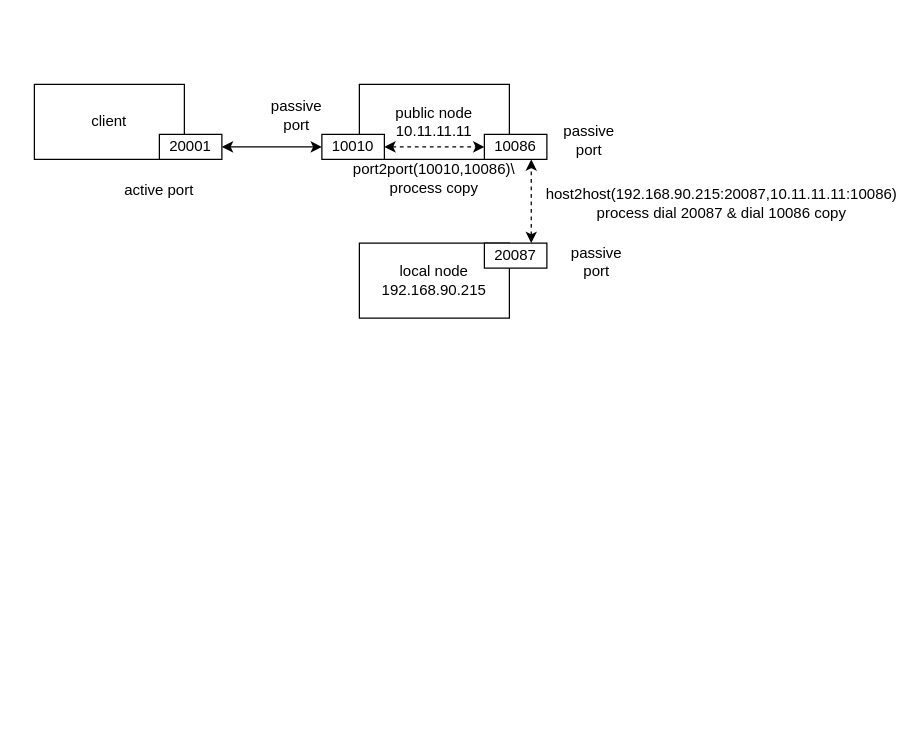
Above: notes/未命名绘图.drawio in glianyi/HBSTSG (draw.io), before the change. Source tidied: cells renumbered, new cells numbered last; positions are measured from the earlier drawing's top-left corner, leaving out a move shared by most shapes. Both pictures are drawn from the tidied source at 125%, with x=0, y=0 at pixel (34, 84).
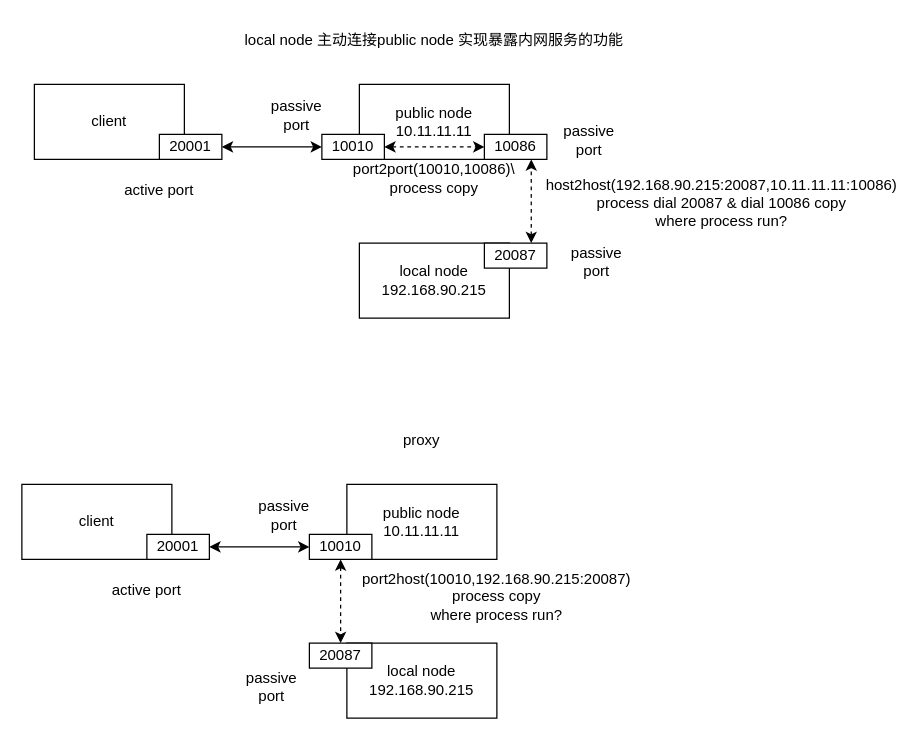
The same diagram, later.

Commit message:
更新未命名绘图.drawio

The edit, as a diff of the source:
```diff
@@
-    <mxCell id="13" value="host2host(192.168.90.215:20087,10.11.11.11:10086)&lt;br&gt;process dial 20087 &amp;amp; dial 10086 copy" style="text;html=1;strokeColor=none;fillColor=none;align=center;verticalAlign=middle;whiteSpace=wrap;rounded=0;" parent="1" vertex="1">
+    <mxCell id="13" value="host2host(192.168.90.215:20087,10.11.11.11:10086)&lt;br&gt;process dial 20087 &amp;amp; dial 10086 copy&lt;br&gt;where process run?" style="text;html=1;strokeColor=none;fillColor=none;align=center;verticalAlign=middle;whiteSpace=wrap;rounded=0;" parent="1" vertex="1">
       <mxGeometry x="520" y="80" width="60" height="30" as="geometry" />
     </mxCell>
@@
+    <mxCell id="18" value="local node 主动连接public node 实现暴露内网服务的功能" style="text;html=1;strokeColor=none;fillColor=none;align=center;verticalAlign=middle;whiteSpace=wrap;rounded=0;" parent="1" vertex="1">
+      <mxGeometry x="130" y="-50" width="380" height="30" as="geometry" />
+    </mxCell>
+    <mxCell id="19" value="public node&lt;br&gt;10.11.11.11" style="rounded=0;whiteSpace=wrap;html=1;" parent="1" vertex="1">
+      <mxGeometry x="250" y="320" width="120" height="60" as="geometry" />
+    </mxCell>
+    <mxCell id="20" value="10010" style="rounded=0;whiteSpace=wrap;html=1;" parent="1" vertex="1">
+      <mxGeometry x="220" y="360" width="50" height="20" as="geometry" />
+    </mxCell>
+    <mxCell id="21" value="local node&lt;br&gt;192.168.90.215" style="rounded=0;whiteSpace=wrap;html=1;" parent="1" vertex="1">
+      <mxGeometry x="250" y="447" width="120" height="60" as="geometry" />
+    </mxCell>
+    <mxCell id="22" value="20087" style="rounded=0;whiteSpace=wrap;html=1;" parent="1" vertex="1">
+      <mxGeometry x="220" y="447" width="50" height="20" as="geometry" />
+    </mxCell>
+    <mxCell id="23" value="client" style="rounded=0;whiteSpace=wrap;html=1;" parent="1" vertex="1">
+      <mxGeometry x="-10" y="320" width="120" height="60" as="geometry" />
+    </mxCell>
+    <mxCell id="24" value="20001" style="rounded=0;whiteSpace=wrap;html=1;" parent="1" vertex="1">
+      <mxGeometry x="90" y="360" width="50" height="20" as="geometry" />
+    </mxCell>
+    <mxCell id="25" style="endArrow=classic;startArrow=classic;html=1;rounded=0;exitX=1;exitY=0.5;exitDx=0;exitDy=0;" parent="1" edge="1" source="24">
+      <mxGeometry relative="1" as="geometry">
+        <mxPoint x="220" y="370" as="targetPoint" />
+      </mxGeometry>
+    </mxCell>
+    <mxCell id="26" value="port2host(10010,192.168.90.215:20087)&lt;br&gt;process copy&lt;br&gt;where process run?" style="text;html=1;strokeColor=none;fillColor=none;align=center;verticalAlign=middle;whiteSpace=wrap;rounded=0;" parent="1" vertex="1">
+      <mxGeometry x="340" y="394.5" width="60" height="30" as="geometry" />
+    </mxCell>
+    <mxCell id="27" value="passive port" style="text;html=1;strokeColor=none;fillColor=none;align=center;verticalAlign=middle;whiteSpace=wrap;rounded=0;" parent="1" vertex="1">
+      <mxGeometry x="170" y="330" width="60" height="30" as="geometry" />
+    </mxCell>
+    <mxCell id="28" value="active port" style="text;html=1;strokeColor=none;fillColor=none;align=center;verticalAlign=middle;whiteSpace=wrap;rounded=0;" parent="1" vertex="1">
+      <mxGeometry x="60" y="390" width="60" height="30" as="geometry" />
+    </mxCell>
+    <mxCell id="29" value="passive port" style="text;html=1;strokeColor=none;fillColor=none;align=center;verticalAlign=middle;whiteSpace=wrap;rounded=0;" parent="1" vertex="1">
+      <mxGeometry x="160" y="467" width="60" height="30" as="geometry" />
+    </mxCell>
+    <mxCell id="30" value="proxy" style="text;html=1;strokeColor=none;fillColor=none;align=center;verticalAlign=middle;whiteSpace=wrap;rounded=0;" parent="1" vertex="1">
+      <mxGeometry x="120" y="270" width="380" height="30" as="geometry" />
+    </mxCell>
+    <mxCell id="31" style="endArrow=classic;startArrow=classic;html=1;rounded=0;exitX=0.5;exitY=1;exitDx=0;exitDy=0;entryX=0.5;entryY=0;entryDx=0;entryDy=0;dashed=1;" parent="1" edge="1" source="20" target="22">
+      <mxGeometry relative="1" as="geometry" />
+    </mxCell>
```
